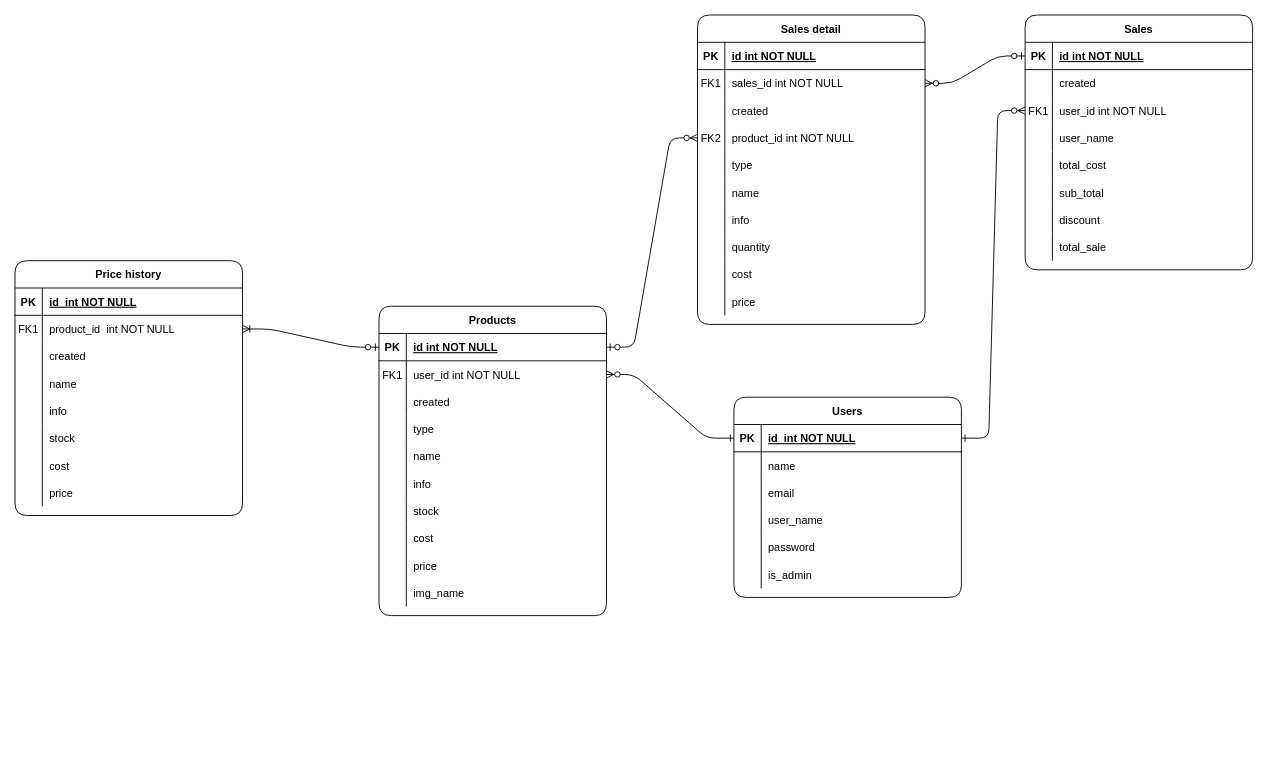
The draw.io diagram Diagrama sin título.drawio in m415x/POS, before the edit. Source tidied: cells renumbered, new cells numbered last; positions are measured from the earlier drawing's top-left corner, leaving out a move shared by most shapes. Both pictures are drawn from the tidied source at 91%, with x=0, y=0 at pixel (15, 15).
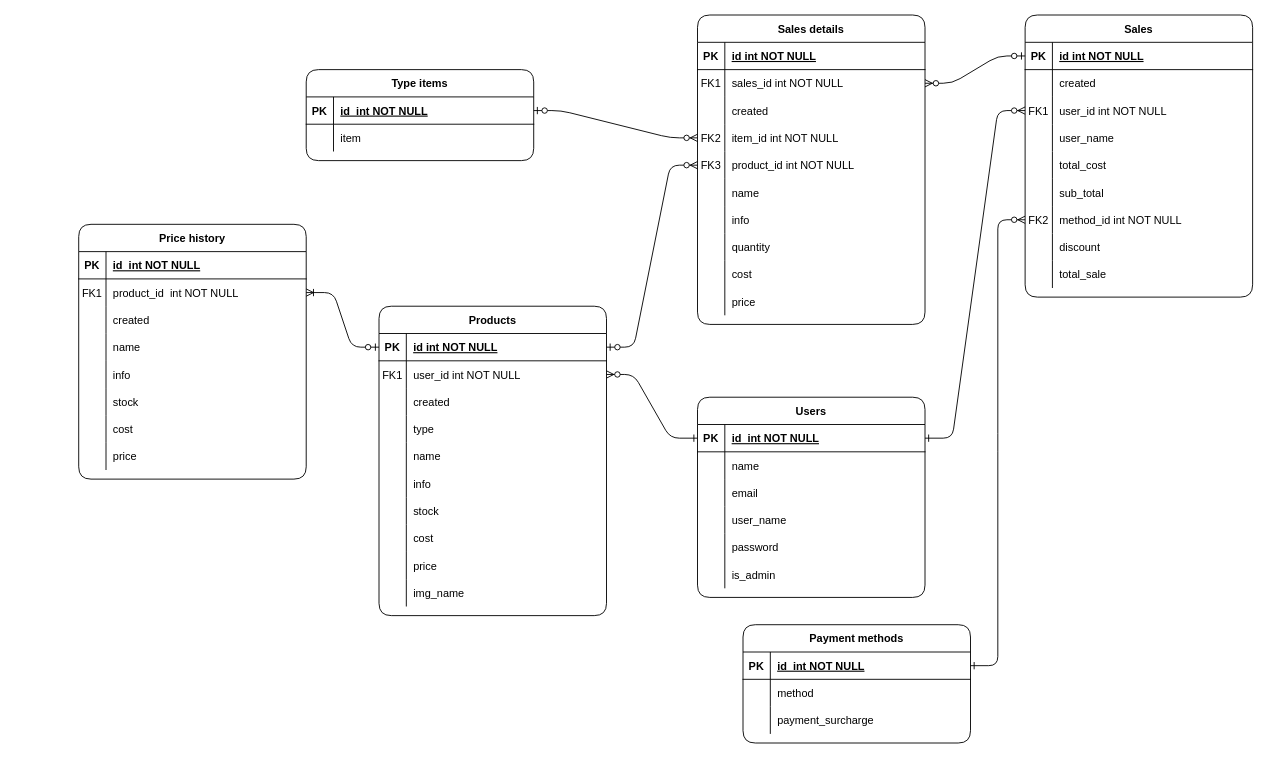
The same page after the edit.

The change refers to these unchanged cells:
```xml
<mxCell id="6" style="shape=partialRectangle;fillColor=none;points=[[0,0.5],[1,0.5]];portConstraint=eastwest;top=0;left=0;right=0;bottom=1;" parent="5" vertex="1">
  <mxGeometry y="30" width="250" height="30" as="geometry" />
</mxCell>
<mxCell id="55" style="shape=partialRectangle;fillColor=none;points=[[0,0.5],[1,0.5]];portConstraint=eastwest;top=0;left=0;right=0;bottom=0;" parent="36" vertex="1">
  <mxGeometry y="210" width="250" height="30" as="geometry" />
</mxCell>
<mxCell id="58" style="shape=partialRectangle;fillColor=none;top=0;left=0;right=0;bottom=0;" parent="36" vertex="1">
  <mxGeometry y="240" width="250" height="30" as="geometry" />
</mxCell>
<mxCell id="90" style="shape=partialRectangle;fillColor=none;points=[[0,0.5],[1,0.5]];portConstraint=eastwest;top=0;left=0;right=0;bottom=0;" parent="80" vertex="1">
  <mxGeometry y="120" width="250" height="30" as="geometry" />
</mxCell>
<mxCell id="93" style="shape=partialRectangle;fillColor=none;points=[[0,0.5],[1,0.5]];portConstraint=eastwest;top=0;left=0;right=0;bottom=0;" parent="80" vertex="1">
  <mxGeometry y="150" width="250" height="30" as="geometry" />
</mxCell>
```

The edit, as a diff of the source:
```diff
@@
     <mxCell id="36" value="Sales" style="shape=table;startSize=30;childLayout=tableLayout;rowLines=0;fontStyle=1;align=center;rounded=1;" parent="1" vertex="1">
-      <mxGeometry x="1110" width="250" height="280" as="geometry" />
+      <mxGeometry x="1110" width="250" height="310" as="geometry" />
     </mxCell>
@@
-    <mxCell id="56" style="shape=partialRectangle;overflow=hidden;fillColor=none;top=0;left=0;bottom=0;right=0;" parent="55" vertex="1">
+    <mxCell id="56" value="FK2" style="shape=partialRectangle;overflow=hidden;fillColor=none;top=0;left=0;bottom=0;right=0;" parent="55" vertex="1">
       <mxGeometry width="30" height="30" as="geometry" />
     </mxCell>
-    <mxCell id="57" value="discount" style="shape=partialRectangle;overflow=hidden;fillColor=none;top=0;left=0;bottom=0;right=0;align=left;spacingLeft=6;" parent="55" vertex="1">
+    <mxCell id="57" value="method_id int NOT NULL" style="shape=partialRectangle;overflow=hidden;fillColor=none;top=0;left=0;bottom=0;right=0;align=left;spacingLeft=6;" parent="55" vertex="1">
       <mxGeometry x="30" width="220" height="30" as="geometry" />
     </mxCell>
@@
-    <mxCell id="60" value="total_sale" style="shape=partialRectangle;overflow=hidden;fillColor=none;top=0;left=0;bottom=0;right=0;align=left;spacingLeft=6;" parent="58" vertex="1">
+    <mxCell id="60" value="discount" style="shape=partialRectangle;overflow=hidden;fillColor=none;top=0;left=0;bottom=0;right=0;align=left;spacingLeft=6;" parent="58" vertex="1">
       <mxGeometry x="30" width="220" height="30" as="geometry" />
     </mxCell>
+    <mxCell id="138" style="shape=partialRectangle;fillColor=none;top=0;left=0;right=0;bottom=0;" parent="36" vertex="1">
+      <mxGeometry y="270" width="250" height="30" as="geometry" />
+    </mxCell>
+    <mxCell id="139" style="shape=partialRectangle;overflow=hidden;fillColor=none;top=0;left=0;bottom=0;right=0;" parent="138" vertex="1">
+      <mxGeometry width="30" height="30" as="geometry" />
+    </mxCell>
+    <mxCell id="140" value="total_sale" style="shape=partialRectangle;overflow=hidden;fillColor=none;top=0;left=0;bottom=0;right=0;align=left;spacingLeft=6;" parent="138" vertex="1">
+      <mxGeometry x="30" width="220" height="30" as="geometry" />
+    </mxCell>
     <mxCell id="61" value="Users" style="shape=table;startSize=30;childLayout=tableLayout;rowLines=0;fontStyle=1;align=center;rounded=1;" parent="1" vertex="1">
-      <mxGeometry x="790" y="420" width="250" height="220" as="geometry" />
+      <mxGeometry x="750" y="420" width="250" height="220" as="geometry" />
     </mxCell>
@@
-    <mxCell id="80" value="Sales detail" style="shape=table;startSize=30;childLayout=tableLayout;rowLines=0;fontStyle=1;align=center;rounded=1;" parent="1" vertex="1">
+    <mxCell id="80" value="Sales details" style="shape=table;startSize=30;childLayout=tableLayout;rowLines=0;fontStyle=1;align=center;rounded=1;" parent="1" vertex="1">
       <mxGeometry x="750" width="250" height="340" as="geometry" />
     </mxCell>
@@
-    <mxCell id="92" value="product_id int NOT NULL" style="shape=partialRectangle;overflow=hidden;fillColor=none;top=0;left=0;bottom=0;right=0;align=left;spacingLeft=6;" parent="90" vertex="1">
+    <mxCell id="92" value="item_id int NOT NULL" style="shape=partialRectangle;overflow=hidden;fillColor=none;top=0;left=0;bottom=0;right=0;align=left;spacingLeft=6;" parent="90" vertex="1">
       <mxGeometry x="30" width="220" height="30" as="geometry" />
     </mxCell>
@@
-    <mxCell id="94" style="shape=partialRectangle;overflow=hidden;fillColor=none;top=0;left=0;bottom=0;right=0;" parent="93" vertex="1">
+    <mxCell id="94" value="FK3" style="shape=partialRectangle;overflow=hidden;fillColor=none;top=0;left=0;bottom=0;right=0;" parent="93" vertex="1">
       <mxGeometry width="30" height="30" as="geometry" />
     </mxCell>
-    <mxCell id="95" value="type" style="shape=partialRectangle;overflow=hidden;fillColor=none;top=0;left=0;bottom=0;right=0;align=left;spacingLeft=6;" parent="93" vertex="1">
+    <mxCell id="95" value="product_id int NOT NULL" style="shape=partialRectangle;overflow=hidden;fillColor=none;top=0;left=0;bottom=0;right=0;align=left;spacingLeft=6;" parent="93" vertex="1">
       <mxGeometry x="30" width="220" height="30" as="geometry" />
     </mxCell>
@@
-    <mxCell id="111" style="edgeStyle=entityRelationEdgeStyle;fontSize=12;html=1;endArrow=ERzeroToMany;startArrow=ERzeroToOne;exitX=1;exitY=0.5;exitDx=0;exitDy=0;rounded=1;entryX=0;entryY=0.5;entryDx=0;entryDy=0;" parent="1" edge="1" source="6" target="90">
+    <mxCell id="111" style="edgeStyle=entityRelationEdgeStyle;fontSize=12;html=1;endArrow=ERzeroToMany;startArrow=ERzeroToOne;exitX=1;exitY=0.5;exitDx=0;exitDy=0;rounded=1;entryX=0;entryY=0.5;entryDx=0;entryDy=0;" parent="1" edge="1" source="6" target="93">
       <mxGeometry relative="1" as="geometry" />
     </mxCell>
@@
     <mxCell id="113" value="Price history" style="shape=table;startSize=30;childLayout=tableLayout;rowLines=0;fontStyle=1;align=center;rounded=1;" parent="1" vertex="1">
-      <mxGeometry y="270" width="250" height="280" as="geometry" />
+      <mxGeometry x="70" y="230" width="250" height="280" as="geometry" />
     </mxCell>
@@
+    <mxCell id="141" value="Payment methods" style="shape=table;startSize=30;childLayout=tableLayout;rowLines=0;fontStyle=1;align=center;rounded=1;" parent="1" vertex="1">
+      <mxGeometry x="800" y="670" width="250" height="130" as="geometry" />
+    </mxCell>
+    <mxCell id="142" style="shape=partialRectangle;fillColor=none;points=[[0,0.5],[1,0.5]];portConstraint=eastwest;top=0;left=0;right=0;bottom=1;" parent="141" vertex="1">
+      <mxGeometry y="30" width="250" height="30" as="geometry" />
+    </mxCell>
+    <mxCell id="143" value="PK" style="shape=partialRectangle;overflow=hidden;fillColor=none;top=0;left=0;bottom=0;right=0;fontStyle=1;" parent="142" vertex="1">
+      <mxGeometry width="30" height="30" as="geometry" />
+    </mxCell>
+    <mxCell id="144" value="id  int NOT NULL" style="shape=partialRectangle;overflow=hidden;fillColor=none;top=0;left=0;bottom=0;right=0;align=left;spacingLeft=6;fontStyle=5;" parent="142" vertex="1">
+      <mxGeometry x="30" width="220" height="30" as="geometry" />
+    </mxCell>
+    <mxCell id="145" style="shape=partialRectangle;fillColor=none;top=0;left=0;right=0;bottom=0;" parent="141" vertex="1">
+      <mxGeometry y="60" width="250" height="30" as="geometry" />
+    </mxCell>
+    <mxCell id="146" style="shape=partialRectangle;overflow=hidden;fillColor=none;top=0;left=0;bottom=0;right=0;" parent="145" vertex="1">
+      <mxGeometry width="30" height="30" as="geometry" />
+    </mxCell>
+    <mxCell id="147" value="method" style="shape=partialRectangle;overflow=hidden;fillColor=none;top=0;left=0;bottom=0;right=0;align=left;spacingLeft=6;" parent="145" vertex="1">
+      <mxGeometry x="30" width="220" height="30" as="geometry" />
+    </mxCell>
+    <mxCell id="148" style="shape=partialRectangle;fillColor=none;top=0;left=0;right=0;bottom=0;" parent="141" vertex="1">
+      <mxGeometry y="90" width="250" height="30" as="geometry" />
+    </mxCell>
+    <mxCell id="149" style="shape=partialRectangle;overflow=hidden;fillColor=none;top=0;left=0;bottom=0;right=0;" parent="148" vertex="1">
+      <mxGeometry width="30" height="30" as="geometry" />
+    </mxCell>
+    <mxCell id="150" value="payment_surcharge" style="shape=partialRectangle;overflow=hidden;fillColor=none;top=0;left=0;bottom=0;right=0;align=left;spacingLeft=6;" parent="148" vertex="1">
+      <mxGeometry x="30" width="220" height="30" as="geometry" />
+    </mxCell>
+    <mxCell id="151" style="edgeStyle=entityRelationEdgeStyle;endArrow=ERzeroToMany;startArrow=ERone;endFill=1;startFill=0;entryX=0;entryY=0.5;entryDx=0;entryDy=0;exitX=1;exitY=0.5;exitDx=0;exitDy=0;" parent="1" edge="1" source="142" target="55">
+      <mxGeometry relative="1" as="geometry" />
+    </mxCell>
+    <mxCell id="152" value="Type items" style="shape=table;startSize=30;childLayout=tableLayout;rowLines=0;fontStyle=1;align=center;rounded=1;" parent="1" vertex="1">
+      <mxGeometry x="320" y="60" width="250" height="100" as="geometry" />
+    </mxCell>
+    <mxCell id="153" style="shape=partialRectangle;fillColor=none;points=[[0,0.5],[1,0.5]];portConstraint=eastwest;top=0;left=0;right=0;bottom=1;" parent="152" vertex="1">
+      <mxGeometry y="30" width="250" height="30" as="geometry" />
+    </mxCell>
+    <mxCell id="154" value="PK" style="shape=partialRectangle;overflow=hidden;fillColor=none;top=0;left=0;bottom=0;right=0;fontStyle=1;" parent="153" vertex="1">
+      <mxGeometry width="30" height="30" as="geometry" />
+    </mxCell>
+    <mxCell id="155" value="id  int NOT NULL" style="shape=partialRectangle;overflow=hidden;fillColor=none;top=0;left=0;bottom=0;right=0;align=left;spacingLeft=6;fontStyle=5;" parent="153" vertex="1">
+      <mxGeometry x="30" width="220" height="30" as="geometry" />
+    </mxCell>
+    <mxCell id="156" style="shape=partialRectangle;fillColor=none;top=0;left=0;right=0;bottom=0;" parent="152" vertex="1">
+      <mxGeometry y="60" width="250" height="30" as="geometry" />
+    </mxCell>
+    <mxCell id="157" style="shape=partialRectangle;overflow=hidden;fillColor=none;top=0;left=0;bottom=0;right=0;" parent="156" vertex="1">
+      <mxGeometry width="30" height="30" as="geometry" />
+    </mxCell>
+    <mxCell id="158" value="item" style="shape=partialRectangle;overflow=hidden;fillColor=none;top=0;left=0;bottom=0;right=0;align=left;spacingLeft=6;" parent="156" vertex="1">
+      <mxGeometry x="30" width="220" height="30" as="geometry" />
+    </mxCell>
+    <mxCell id="159" style="edgeStyle=entityRelationEdgeStyle;fontSize=12;html=1;endArrow=ERzeroToMany;startArrow=ERzeroToOne;exitX=1;exitY=0.5;exitDx=0;exitDy=0;rounded=1;entryX=0;entryY=0.5;entryDx=0;entryDy=0;" parent="1" edge="1" source="153" target="90">
+      <mxGeometry relative="1" as="geometry" />
+    </mxCell>
```
